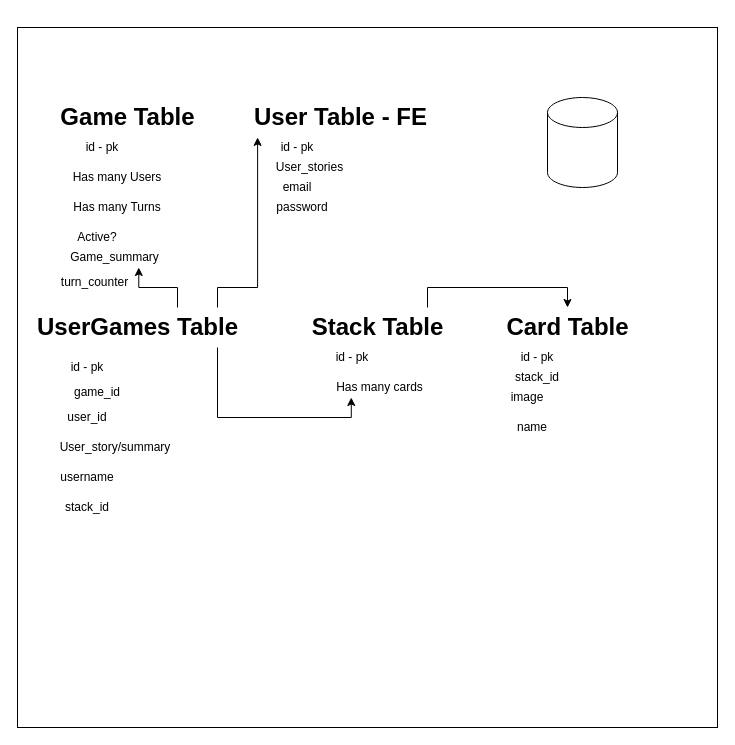
This is telepic_be.drawio from Telepic-Game/Telepic_BE, a draw.io file, before an edit. Source tidied: cells renumbered, new cells numbered last; positions are measured from the earlier drawing's top-left corner, leaving out a move shared by most shapes. Both pictures are drawn from the tidied source at 100%, with x=0, y=0 at pixel (17, 27).
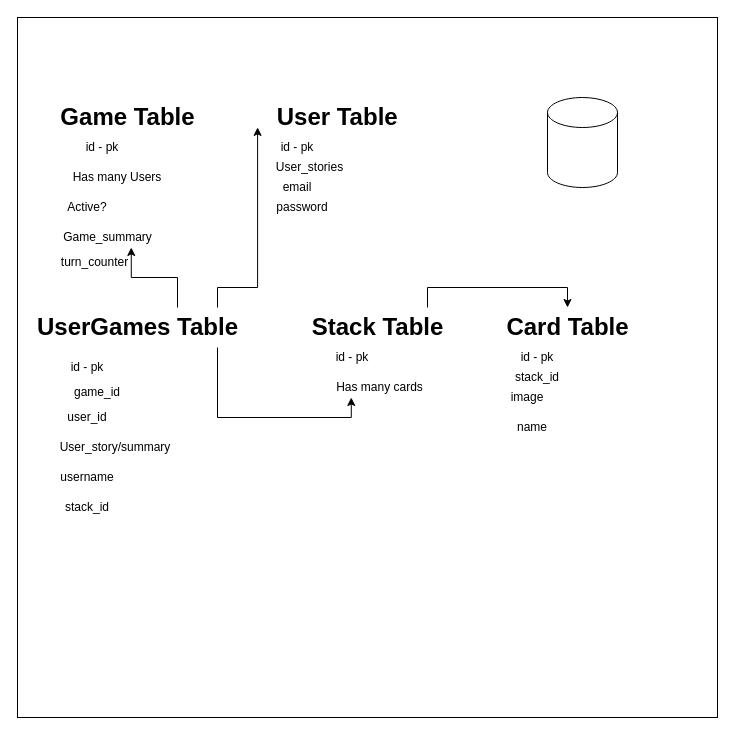
The same diagram, later.

What changed in the source:
```diff
@@
     <mxCell id="2" style="whiteSpace=wrap;html=1;fontStyle=0;" parent="1" vertex="1">
-      <mxGeometry width="700" height="700" as="geometry" />
+      <mxGeometry y="-10" width="700" height="700" as="geometry" />
     </mxCell>
@@
-    <mxCell id="5" value="Has many Turns" style="text;html=1;strokeColor=none;fillColor=none;align=center;verticalAlign=middle;whiteSpace=wrap;rounded=0;" parent="1" vertex="1">
-      <mxGeometry x="40" y="170" width="120" height="20" as="geometry" />
-    </mxCell>
@@
-    <mxCell id="7" value="User Table - FE" style="text;strokeColor=none;fillColor=none;html=1;fontSize=24;fontStyle=1;verticalAlign=middle;align=center;" parent="1" vertex="1">
+    <mxCell id="7" value="User Table&amp;nbsp;" style="text;strokeColor=none;fillColor=none;html=1;fontSize=24;fontStyle=1;verticalAlign=middle;align=center;" parent="1" vertex="1">
       <mxGeometry x="265" y="70" width="115" height="40" as="geometry" />
     </mxCell>
@@
     <mxCell id="22" value="Active?" style="text;html=1;strokeColor=none;fillColor=none;align=center;verticalAlign=middle;whiteSpace=wrap;rounded=0;" parent="1" vertex="1">
-      <mxGeometry x="60" y="200" width="40" height="20" as="geometry" />
+      <mxGeometry x="50" y="170" width="40" height="20" as="geometry" />
     </mxCell>
     <mxCell id="23" value="Game_summary" style="text;html=1;strokeColor=none;fillColor=none;align=center;verticalAlign=middle;whiteSpace=wrap;rounded=0;" parent="1" vertex="1">
-      <mxGeometry x="50" y="220" width="95" height="20" as="geometry" />
+      <mxGeometry x="42.5" y="200" width="95" height="20" as="geometry" />
     </mxCell>
@@
     <mxCell id="34" value="turn_counter" style="text;html=1;strokeColor=none;fillColor=none;align=center;verticalAlign=middle;whiteSpace=wrap;rounded=0;" parent="1" vertex="1">
-      <mxGeometry x="40" y="240" width="75" height="30" as="geometry" />
+      <mxGeometry x="40" y="220" width="75" height="30" as="geometry" />
     </mxCell>
```
